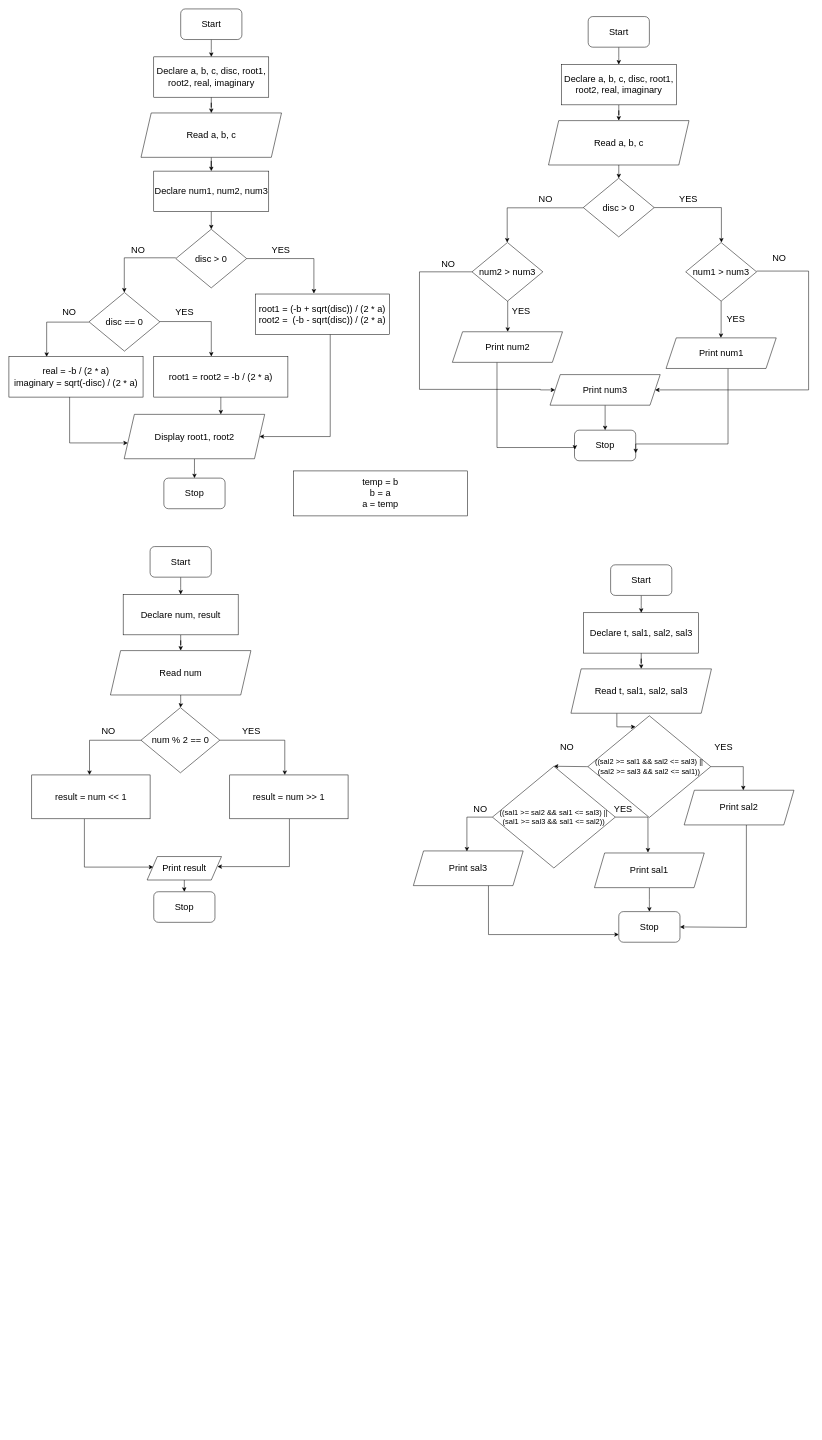
rustybladez/flowcharts keeps this draw.io diagram as Untitled Diagram.drawio. Above is the earlier version. Source tidied: cells renumbered, new cells numbered last; positions are measured from the earlier drawing's top-left corner, leaving out a move shared by most shapes. Both pictures are drawn from the tidied source at 51%, with x=0, y=0 at pixel (9, 9).
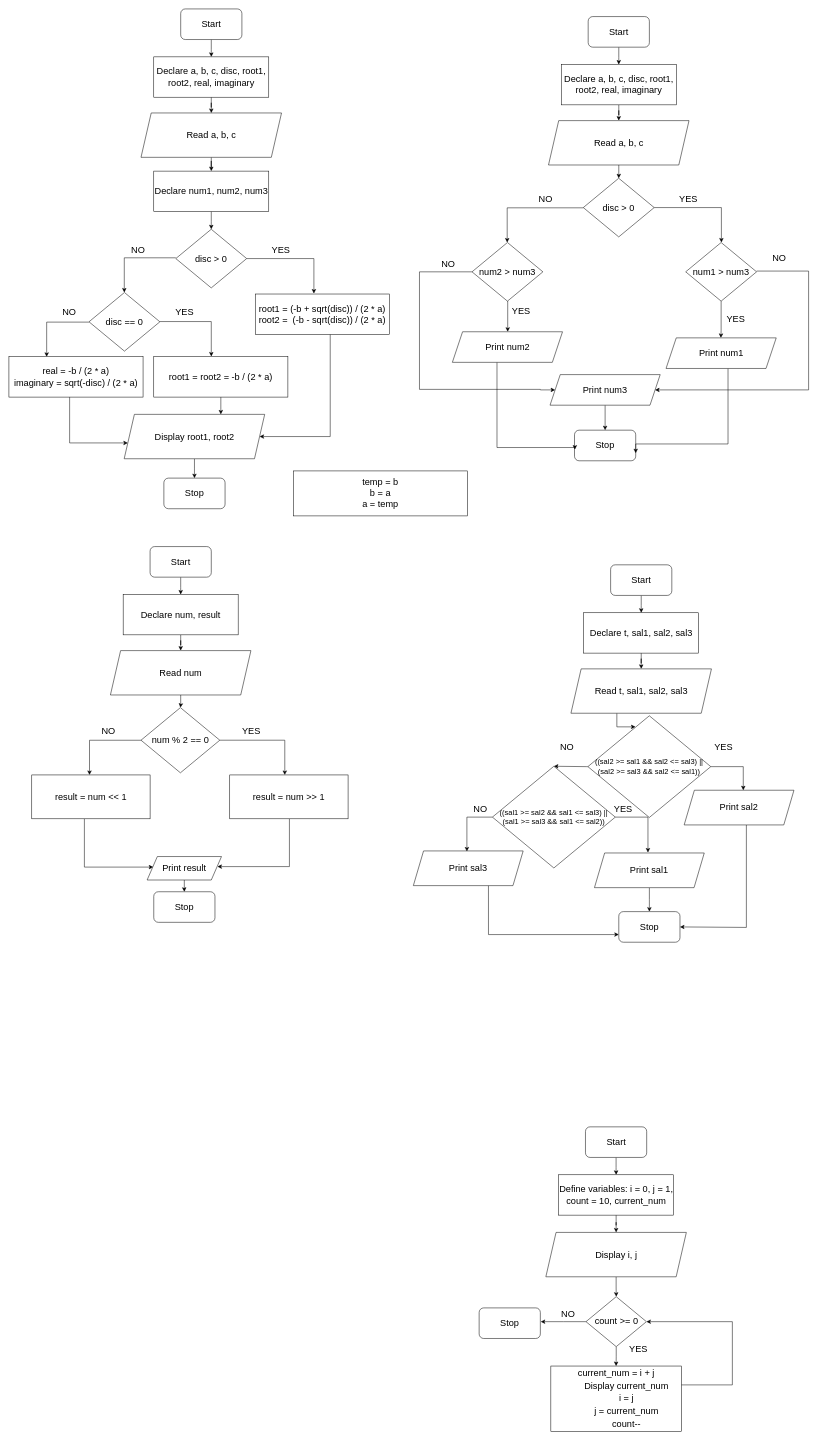
The same page after the edit.

Diff of the diagram source:
```diff
@@
+    <mxCell id="101" style="edgeStyle=orthogonalEdgeStyle;rounded=0;jettySize=auto;html=1;" parent="1" edge="1" source="102" target="104">
+      <mxGeometry relative="1" as="geometry" />
+    </mxCell>
+    <mxCell id="102" value="Start" style="rounded=1;whiteSpace=wrap;html=1;fontSize=18;" parent="1" vertex="1">
+      <mxGeometry x="1130.5" y="2192" width="120" height="60" as="geometry" />
+    </mxCell>
+    <mxCell id="103" style="edgeStyle=orthogonalEdgeStyle;rounded=0;jettySize=auto;html=1;" parent="1" edge="1" source="104" target="106">
+      <mxGeometry relative="1" as="geometry" />
+    </mxCell>
+    <mxCell id="104" value="&lt;span id=&quot;docs-internal-guid-a8c17a11-7fff-961b-f6a4-5bbeca798110&quot; style=&quot;font-size: 18px;&quot;&gt;&lt;span style=&quot;font-size: 18px; font-family: Arial; background-color: transparent; font-variant-numeric: normal; font-variant-east-asian: normal; vertical-align: baseline;&quot;&gt;Define variables: i = 0, j = 1, count = 10, current_num&lt;/span&gt;&lt;/span&gt;" style="rounded=0;whiteSpace=wrap;html=1;fontSize=18;" parent="1" vertex="1">
+      <mxGeometry x="1077.8" y="2286" width="225.5" height="79.1" as="geometry" />
+    </mxCell>
+    <mxCell id="105" style="edgeStyle=orthogonalEdgeStyle;rounded=0;jettySize=auto;html=1;" parent="1" edge="1" source="106" target="109">
+      <mxGeometry relative="1" as="geometry" />
+    </mxCell>
+    <mxCell id="106" value="&lt;font face=&quot;Arial&quot;&gt;Display i, j&lt;/font&gt;" style="shape=parallelogram;perimeter=parallelogramPerimeter;whiteSpace=wrap;html=1;fixedSize=1;fontSize=18;" parent="1" vertex="1">
+      <mxGeometry x="1052.8" y="2399" width="275.5" height="87" as="geometry" />
+    </mxCell>
+    <mxCell id="107" style="edgeStyle=orthogonalEdgeStyle;rounded=0;jettySize=auto;html=1;" parent="1" edge="1" source="109" target="111">
+      <mxGeometry relative="1" as="geometry" />
+    </mxCell>
+    <mxCell id="108" style="edgeStyle=orthogonalEdgeStyle;rounded=0;jettySize=auto;html=1;" parent="1" edge="1" source="109">
+      <mxGeometry relative="1" as="geometry">
+        <mxPoint x="1042.8" y="2574" as="targetPoint" />
+      </mxGeometry>
+    </mxCell>
+    <mxCell id="109" value="&lt;span id=&quot;docs-internal-guid-156d42f2-7fff-ed89-4b9b-1792f121a0f9&quot; style=&quot;font-size: 18px;&quot;&gt;&lt;span style=&quot;font-size: 18px; font-family: Arial; background-color: transparent; font-variant-numeric: normal; font-variant-east-asian: normal; vertical-align: baseline;&quot;&gt;count &amp;gt;= 0&lt;/span&gt;&lt;/span&gt;" style="rhombus;whiteSpace=wrap;html=1;fontSize=18;" parent="1" vertex="1">
+      <mxGeometry x="1131.5" y="2525" width="118.5" height="98" as="geometry" />
+    </mxCell>
+    <mxCell id="110" style="edgeStyle=orthogonalEdgeStyle;rounded=0;jettySize=auto;html=1;entryX=1;entryY=0.5;entryDx=0;entryDy=0;" parent="1" edge="1" source="111" target="109">
+      <mxGeometry relative="1" as="geometry">
+        <Array as="points">
+          <mxPoint x="1418.5" y="2698" />
+          <mxPoint x="1418.5" y="2574" />
+        </Array>
+      </mxGeometry>
+    </mxCell>
+    <mxCell id="111" value="&lt;span id=&quot;docs-internal-guid-c6b49f31-7fff-22fd-aaaa-b574742ac4c4&quot; style=&quot;&quot;&gt;&lt;p style=&quot;line-height: 1.38; margin-top: 0pt; margin-bottom: 0pt;&quot; dir=&quot;ltr&quot;&gt;&lt;font face=&quot;Arial&quot;&gt;current_num = i + j&lt;/font&gt;&lt;/p&gt;&lt;p style=&quot;line-height: 1.38; margin-top: 0pt; margin-bottom: 0pt;&quot; dir=&quot;ltr&quot;&gt;&lt;font face=&quot;Arial&quot;&gt;&amp;nbsp; &amp;nbsp; &amp;nbsp; &amp;nbsp; Display current_num&lt;/font&gt;&lt;/p&gt;&lt;p style=&quot;line-height: 1.38; margin-top: 0pt; margin-bottom: 0pt;&quot; dir=&quot;ltr&quot;&gt;&lt;font face=&quot;Arial&quot;&gt;&amp;nbsp; &amp;nbsp; &amp;nbsp; &amp;nbsp; i = j&lt;/font&gt;&lt;/p&gt;&lt;p style=&quot;line-height: 1.38; margin-top: 0pt; margin-bottom: 0pt;&quot; dir=&quot;ltr&quot;&gt;&lt;font face=&quot;Arial&quot;&gt;&amp;nbsp; &amp;nbsp; &amp;nbsp; &amp;nbsp; j = current_num&lt;/font&gt;&lt;/p&gt;&lt;p style=&quot;line-height: 1.38; margin-top: 0pt; margin-bottom: 0pt;&quot; dir=&quot;ltr&quot;&gt;&lt;font face=&quot;Arial&quot;&gt;&amp;nbsp; &amp;nbsp; &amp;nbsp; &amp;nbsp; count--&lt;/font&gt;&lt;/p&gt;&lt;/span&gt;" style="rounded=0;whiteSpace=wrap;html=1;fontSize=18;" parent="1" vertex="1">
+      <mxGeometry x="1062.6" y="2661" width="255.8" height="128" as="geometry" />
+    </mxCell>
+    <mxCell id="112" value="YES" style="text;html=1;align=center;verticalAlign=middle;strokeColor=none;fillColor=none;fontSize=18;" parent="1" vertex="1">
+      <mxGeometry x="1211.3" y="2615" width="46" height="26" as="geometry" />
+    </mxCell>
+    <mxCell id="113" value="NO" style="text;html=1;align=center;verticalAlign=middle;strokeColor=none;fillColor=none;fontSize=18;" parent="1" vertex="1">
+      <mxGeometry x="1077.8" y="2547" width="37" height="26" as="geometry" />
+    </mxCell>
+    <mxCell id="114" value="Stop" style="rounded=1;whiteSpace=wrap;html=1;fontSize=18;" parent="1" vertex="1">
+      <mxGeometry x="922" y="2547" width="120" height="60" as="geometry" />
+    </mxCell>
```
